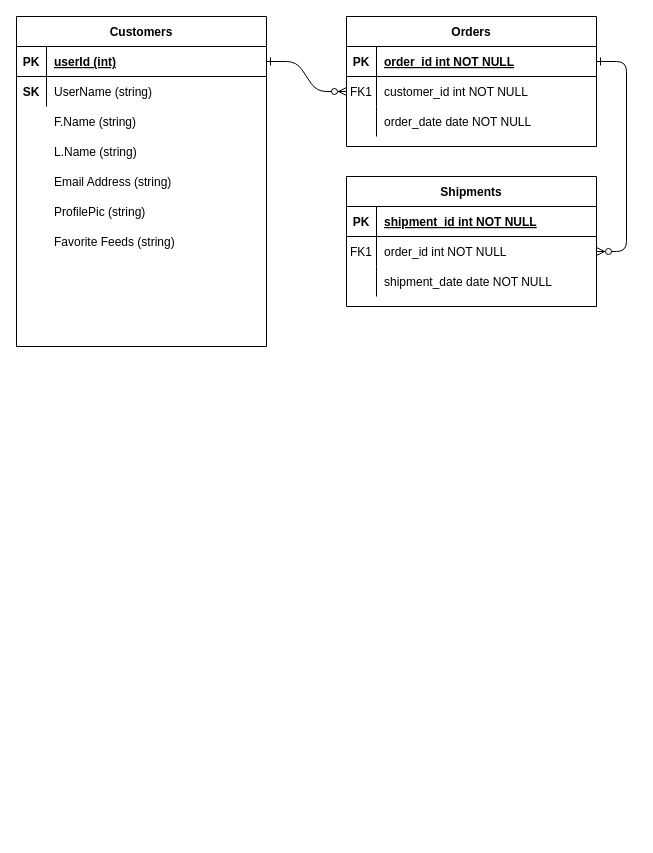
Above: CapStone.drawio in kingbsolomon/ChooseMyAdventureCAP (draw.io), before the change. Source tidied: cells renumbered, new cells numbered last; positions are measured from the earlier drawing's top-left corner, leaving out a move shared by most shapes. Both pictures are drawn from the tidied source at 100%, with x=0, y=0 at pixel (16, 16).
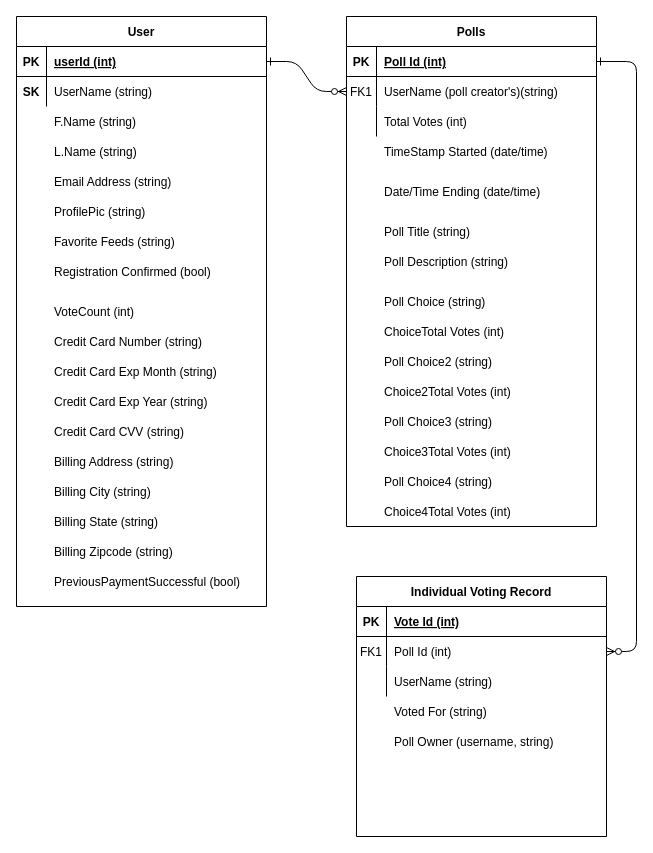
Above is the later version.

Unchanged cells that the change refers to:
```xml
<mxCell id="5" style="shape=partialRectangle;fillColor=none;points=[[0,0.5],[1,0.5]];portConstraint=eastwest;top=0;left=0;right=0;bottom=1;" parent="4" vertex="1">
  <mxGeometry y="30" width="250" height="30" as="geometry" />
</mxCell>
<mxCell id="8" style="shape=partialRectangle;fillColor=none;points=[[0,0.5],[1,0.5]];portConstraint=eastwest;top=0;left=0;right=0;bottom=0;" parent="4" vertex="1">
  <mxGeometry y="60" width="250" height="30" as="geometry" />
</mxCell>
<mxCell id="11" style="shape=partialRectangle;fillColor=none;top=0;left=0;right=0;bottom=0;" parent="4" vertex="1">
  <mxGeometry y="90" width="250" height="30" as="geometry" />
</mxCell>
```

The edit, as a diff of the source:
```diff
@@
-    <mxCell id="4" value="Orders" style="shape=table;startSize=30;childLayout=tableLayout;rowLines=0;fontStyle=1;align=center;" parent="1" vertex="1">
-      <mxGeometry x="330" width="250" height="130" as="geometry" />
+    <mxCell id="4" value="Polls" style="shape=table;startSize=30;childLayout=tableLayout;rowLines=0;fontStyle=1;align=center;" parent="1" vertex="1">
+      <mxGeometry x="330" width="250" height="510" as="geometry" />
     </mxCell>
@@
-    <mxCell id="7" value="order_id int NOT NULL " style="shape=partialRectangle;overflow=hidden;fillColor=none;top=0;left=0;bottom=0;right=0;align=left;spacingLeft=6;fontStyle=5;" parent="5" vertex="1">
+    <mxCell id="7" value="Poll Id (int)" style="shape=partialRectangle;overflow=hidden;fillColor=none;top=0;left=0;bottom=0;right=0;align=left;spacingLeft=6;fontStyle=5;" parent="5" vertex="1">
       <mxGeometry x="30" width="220" height="30" as="geometry" />
     </mxCell>
@@
-    <mxCell id="10" value="customer_id int NOT NULL" style="shape=partialRectangle;overflow=hidden;fillColor=none;top=0;left=0;bottom=0;right=0;align=left;spacingLeft=6;" parent="8" vertex="1">
+    <mxCell id="10" value="UserName (poll creator's)(string)" style="shape=partialRectangle;overflow=hidden;fillColor=none;top=0;left=0;bottom=0;right=0;align=left;spacingLeft=6;" parent="8" vertex="1">
       <mxGeometry x="30" width="220" height="30" as="geometry" />
     </mxCell>
@@
-    <mxCell id="13" value="order_date date NOT NULL" style="shape=partialRectangle;overflow=hidden;fillColor=none;top=0;left=0;bottom=0;right=0;align=left;spacingLeft=6;" parent="11" vertex="1">
+    <mxCell id="13" value="Total Votes (int)" style="shape=partialRectangle;overflow=hidden;fillColor=none;top=0;left=0;bottom=0;right=0;align=left;spacingLeft=6;" parent="11" vertex="1">
       <mxGeometry x="30" width="220" height="30" as="geometry" />
     </mxCell>
-    <mxCell id="14" value="Shipments" style="shape=table;startSize=30;childLayout=tableLayout;rowLines=0;fontStyle=1;align=center;" parent="1" vertex="1">
-      <mxGeometry x="330" y="160" width="250" height="130" as="geometry" />
-    </mxCell>
-    <mxCell id="15" style="shape=partialRectangle;fillColor=none;top=0;left=0;right=0;bottom=1;" parent="14" vertex="1">
-      <mxGeometry y="30" width="250" height="30" as="geometry" />
-    </mxCell>
-    <mxCell id="16" value="PK" style="shape=partialRectangle;overflow=hidden;fillColor=none;top=0;left=0;bottom=0;right=0;fontStyle=1;" parent="15" vertex="1">
-      <mxGeometry width="30" height="30" as="geometry" />
-    </mxCell>
-    <mxCell id="17" value="shipment_id int NOT NULL " style="shape=partialRectangle;overflow=hidden;fillColor=none;top=0;left=0;bottom=0;right=0;align=left;spacingLeft=6;fontStyle=5;" parent="15" vertex="1">
-      <mxGeometry x="30" width="220" height="30" as="geometry" />
-    </mxCell>
-    <mxCell id="18" style="shape=partialRectangle;fillColor=none;points=[[0,0.5],[1,0.5]];portConstraint=eastwest;top=0;left=0;right=0;bottom=0;" parent="14" vertex="1">
-      <mxGeometry y="60" width="250" height="30" as="geometry" />
-    </mxCell>
-    <mxCell id="19" value="FK1" style="shape=partialRectangle;overflow=hidden;fillColor=none;top=0;left=0;bottom=0;right=0;" parent="18" vertex="1">
-      <mxGeometry width="30" height="30" as="geometry" />
-    </mxCell>
-    <mxCell id="20" value="order_id int NOT NULL" style="shape=partialRectangle;overflow=hidden;fillColor=none;top=0;left=0;bottom=0;right=0;align=left;spacingLeft=6;" parent="18" vertex="1">
-      <mxGeometry x="30" width="220" height="30" as="geometry" />
-    </mxCell>
-    <mxCell id="21" style="shape=partialRectangle;fillColor=none;top=0;left=0;right=0;bottom=0;" parent="14" vertex="1">
-      <mxGeometry y="90" width="250" height="30" as="geometry" />
-    </mxCell>
-    <mxCell id="22" style="shape=partialRectangle;overflow=hidden;fillColor=none;top=0;left=0;bottom=0;right=0;" parent="21" vertex="1">
-      <mxGeometry width="30" height="30" as="geometry" />
-    </mxCell>
-    <mxCell id="23" value="shipment_date date NOT NULL" style="shape=partialRectangle;overflow=hidden;fillColor=none;top=0;left=0;bottom=0;right=0;align=left;spacingLeft=6;" parent="21" vertex="1">
-      <mxGeometry x="30" width="220" height="30" as="geometry" />
-    </mxCell>
-    <mxCell id="24" value="Customers" style="shape=table;startSize=30;childLayout=tableLayout;rowLines=0;fontStyle=1;align=center;" parent="1" vertex="1">
-      <mxGeometry width="250" height="330" as="geometry" />
+    <mxCell id="24" value="User" style="shape=table;startSize=30;childLayout=tableLayout;rowLines=0;fontStyle=1;align=center;" parent="1" vertex="1">
+      <mxGeometry width="250" height="590" as="geometry" />
     </mxCell>
@@
+    <mxCell id="37" value="Voted For (string)" style="shape=partialRectangle;overflow=hidden;fillColor=none;top=0;left=0;bottom=0;right=0;align=left;spacingLeft=6;" parent="1" vertex="1">
+      <mxGeometry x="370" y="680" width="220" height="30" as="geometry" />
+    </mxCell>
+    <mxCell id="38" value="Poll Owner (username, string)" style="shape=partialRectangle;overflow=hidden;fillColor=none;top=0;left=0;bottom=0;right=0;align=left;spacingLeft=6;" parent="1" vertex="1">
+      <mxGeometry x="370" y="710" width="220" height="30" as="geometry" />
+    </mxCell>
+    <mxCell id="39" value="Registration Confirmed (bool)" style="shape=partialRectangle;overflow=hidden;fillColor=none;top=0;left=0;bottom=0;right=0;align=left;spacingLeft=6;" parent="1" vertex="1">
+      <mxGeometry x="30" y="240" width="220" height="30" as="geometry" />
+    </mxCell>
+    <mxCell id="40" value="TimeStamp Started (date/time)" style="shape=partialRectangle;overflow=hidden;fillColor=none;top=0;left=0;bottom=0;right=0;align=left;spacingLeft=6;" parent="1" vertex="1">
+      <mxGeometry x="360" y="120" width="220" height="30" as="geometry" />
+    </mxCell>
+    <mxCell id="41" value="Date/Time Ending (date/time)" style="shape=partialRectangle;overflow=hidden;fillColor=none;top=0;left=0;bottom=0;right=0;align=left;spacingLeft=6;" parent="1" vertex="1">
+      <mxGeometry x="360" y="160" width="220" height="30" as="geometry" />
+    </mxCell>
+    <mxCell id="42" value="Poll Title (string)" style="shape=partialRectangle;overflow=hidden;fillColor=none;top=0;left=0;bottom=0;right=0;align=left;spacingLeft=6;" parent="1" vertex="1">
+      <mxGeometry x="360" y="200" width="220" height="30" as="geometry" />
+    </mxCell>
+    <mxCell id="43" value="Poll Description (string)" style="shape=partialRectangle;overflow=hidden;fillColor=none;top=0;left=0;bottom=0;right=0;align=left;spacingLeft=6;" parent="1" vertex="1">
+      <mxGeometry x="360" y="230" width="220" height="30" as="geometry" />
+    </mxCell>
+    <mxCell id="44" value="Poll Choice2 (string)" style="shape=partialRectangle;overflow=hidden;fillColor=none;top=0;left=0;bottom=0;right=0;align=left;spacingLeft=6;" parent="1" vertex="1">
+      <mxGeometry x="360" y="330" width="220" height="30" as="geometry" />
+    </mxCell>
+    <mxCell id="45" value="Poll Choice (string)" style="shape=partialRectangle;overflow=hidden;fillColor=none;top=0;left=0;bottom=0;right=0;align=left;spacingLeft=6;" parent="1" vertex="1">
+      <mxGeometry x="360" y="270" width="220" height="30" as="geometry" />
+    </mxCell>
+    <mxCell id="14" value="Individual Voting Record" style="shape=table;startSize=30;childLayout=tableLayout;rowLines=0;fontStyle=1;align=center;" parent="1" vertex="1">
+      <mxGeometry x="340" y="560" width="250" height="260" as="geometry" />
+    </mxCell>
+    <mxCell id="15" style="shape=partialRectangle;fillColor=none;top=0;left=0;right=0;bottom=1;" parent="14" vertex="1">
+      <mxGeometry y="30" width="250" height="30" as="geometry" />
+    </mxCell>
+    <mxCell id="16" value="PK" style="shape=partialRectangle;overflow=hidden;fillColor=none;top=0;left=0;bottom=0;right=0;fontStyle=1;" parent="15" vertex="1">
+      <mxGeometry width="30" height="30" as="geometry" />
+    </mxCell>
+    <mxCell id="17" value="Vote Id (int)" style="shape=partialRectangle;overflow=hidden;fillColor=none;top=0;left=0;bottom=0;right=0;align=left;spacingLeft=6;fontStyle=5;" parent="15" vertex="1">
+      <mxGeometry x="30" width="220" height="30" as="geometry" />
+    </mxCell>
+    <mxCell id="18" style="shape=partialRectangle;fillColor=none;points=[[0,0.5],[1,0.5]];portConstraint=eastwest;top=0;left=0;right=0;bottom=0;" parent="14" vertex="1">
+      <mxGeometry y="60" width="250" height="30" as="geometry" />
+    </mxCell>
+    <mxCell id="19" value="FK1" style="shape=partialRectangle;overflow=hidden;fillColor=none;top=0;left=0;bottom=0;right=0;" parent="18" vertex="1">
+      <mxGeometry width="30" height="30" as="geometry" />
+    </mxCell>
+    <mxCell id="20" value="Poll Id (int)" style="shape=partialRectangle;overflow=hidden;fillColor=none;top=0;left=0;bottom=0;right=0;align=left;spacingLeft=6;" parent="18" vertex="1">
+      <mxGeometry x="30" width="220" height="30" as="geometry" />
+    </mxCell>
+    <mxCell id="21" style="shape=partialRectangle;fillColor=none;top=0;left=0;right=0;bottom=0;" parent="14" vertex="1">
+      <mxGeometry y="90" width="250" height="30" as="geometry" />
+    </mxCell>
+    <mxCell id="22" style="shape=partialRectangle;overflow=hidden;fillColor=none;top=0;left=0;bottom=0;right=0;" parent="21" vertex="1">
+      <mxGeometry width="30" height="30" as="geometry" />
+    </mxCell>
+    <mxCell id="23" value="UserName (string) " style="shape=partialRectangle;overflow=hidden;fillColor=none;top=0;left=0;bottom=0;right=0;align=left;spacingLeft=6;" parent="21" vertex="1">
+      <mxGeometry x="30" width="220" height="30" as="geometry" />
+    </mxCell>
+    <mxCell id="46" value="Poll Choice3 (string)" style="shape=partialRectangle;overflow=hidden;fillColor=none;top=0;left=0;bottom=0;right=0;align=left;spacingLeft=6;" parent="1" vertex="1">
+      <mxGeometry x="360" y="390" width="220" height="30" as="geometry" />
+    </mxCell>
+    <mxCell id="47" value="Poll Choice4 (string)" style="shape=partialRectangle;overflow=hidden;fillColor=none;top=0;left=0;bottom=0;right=0;align=left;spacingLeft=6;" parent="1" vertex="1">
+      <mxGeometry x="360" y="450" width="220" height="30" as="geometry" />
+    </mxCell>
+    <mxCell id="48" value="ChoiceTotal Votes (int)" style="shape=partialRectangle;overflow=hidden;fillColor=none;top=0;left=0;bottom=0;right=0;align=left;spacingLeft=6;" parent="1" vertex="1">
+      <mxGeometry x="360" y="300" width="220" height="30" as="geometry" />
+    </mxCell>
+    <mxCell id="49" value="Choice2Total Votes (int)" style="shape=partialRectangle;overflow=hidden;fillColor=none;top=0;left=0;bottom=0;right=0;align=left;spacingLeft=6;" parent="1" vertex="1">
+      <mxGeometry x="360" y="360" width="220" height="30" as="geometry" />
+    </mxCell>
+    <mxCell id="50" value="Choice3Total Votes (int)" style="shape=partialRectangle;overflow=hidden;fillColor=none;top=0;left=0;bottom=0;right=0;align=left;spacingLeft=6;" parent="1" vertex="1">
+      <mxGeometry x="360" y="420" width="220" height="30" as="geometry" />
+    </mxCell>
+    <mxCell id="51" value="Choice4Total Votes (int)" style="shape=partialRectangle;overflow=hidden;fillColor=none;top=0;left=0;bottom=0;right=0;align=left;spacingLeft=6;" parent="1" vertex="1">
+      <mxGeometry x="360" y="480" width="220" height="30" as="geometry" />
+    </mxCell>
+    <mxCell id="52" value="VoteCount (int)" style="shape=partialRectangle;overflow=hidden;fillColor=none;top=0;left=0;bottom=0;right=0;align=left;spacingLeft=6;" parent="1" vertex="1">
+      <mxGeometry x="30" y="280" width="220" height="30" as="geometry" />
+    </mxCell>
+    <mxCell id="53" value="Credit Card Number (string)" style="shape=partialRectangle;overflow=hidden;fillColor=none;top=0;left=0;bottom=0;right=0;align=left;spacingLeft=6;" parent="1" vertex="1">
+      <mxGeometry x="30" y="310" width="220" height="30" as="geometry" />
+    </mxCell>
+    <mxCell id="54" value="Billing Address (string)" style="shape=partialRectangle;overflow=hidden;fillColor=none;top=0;left=0;bottom=0;right=0;align=left;spacingLeft=6;" parent="1" vertex="1">
+      <mxGeometry x="30" y="430" width="220" height="30" as="geometry" />
+    </mxCell>
+    <mxCell id="55" value="Credit Card Exp Month (string)" style="shape=partialRectangle;overflow=hidden;fillColor=none;top=0;left=0;bottom=0;right=0;align=left;spacingLeft=6;" parent="1" vertex="1">
+      <mxGeometry x="30" y="340" width="220" height="30" as="geometry" />
+    </mxCell>
+    <mxCell id="56" value="Credit Card Exp Year (string)" style="shape=partialRectangle;overflow=hidden;fillColor=none;top=0;left=0;bottom=0;right=0;align=left;spacingLeft=6;" parent="1" vertex="1">
+      <mxGeometry x="30" y="370" width="220" height="30" as="geometry" />
+    </mxCell>
+    <mxCell id="57" value="Credit Card CVV (string)" style="shape=partialRectangle;overflow=hidden;fillColor=none;top=0;left=0;bottom=0;right=0;align=left;spacingLeft=6;" parent="1" vertex="1">
+      <mxGeometry x="30" y="400" width="220" height="30" as="geometry" />
+    </mxCell>
+    <mxCell id="58" value="Billing City (string)" style="shape=partialRectangle;overflow=hidden;fillColor=none;top=0;left=0;bottom=0;right=0;align=left;spacingLeft=6;" parent="1" vertex="1">
+      <mxGeometry x="30" y="460" width="220" height="30" as="geometry" />
+    </mxCell>
+    <mxCell id="59" value="Billing State (string)" style="shape=partialRectangle;overflow=hidden;fillColor=none;top=0;left=0;bottom=0;right=0;align=left;spacingLeft=6;" parent="1" vertex="1">
+      <mxGeometry x="30" y="490" width="220" height="30" as="geometry" />
+    </mxCell>
+    <mxCell id="60" value="Billing Zipcode (string)" style="shape=partialRectangle;overflow=hidden;fillColor=none;top=0;left=0;bottom=0;right=0;align=left;spacingLeft=6;" parent="1" vertex="1">
+      <mxGeometry x="30" y="520" width="220" height="30" as="geometry" />
+    </mxCell>
+    <mxCell id="61" value="PreviousPaymentSuccessful (bool)" style="shape=partialRectangle;overflow=hidden;fillColor=none;top=0;left=0;bottom=0;right=0;align=left;spacingLeft=6;" parent="1" vertex="1">
+      <mxGeometry x="30" y="550" width="220" height="30" as="geometry" />
+    </mxCell>
```
